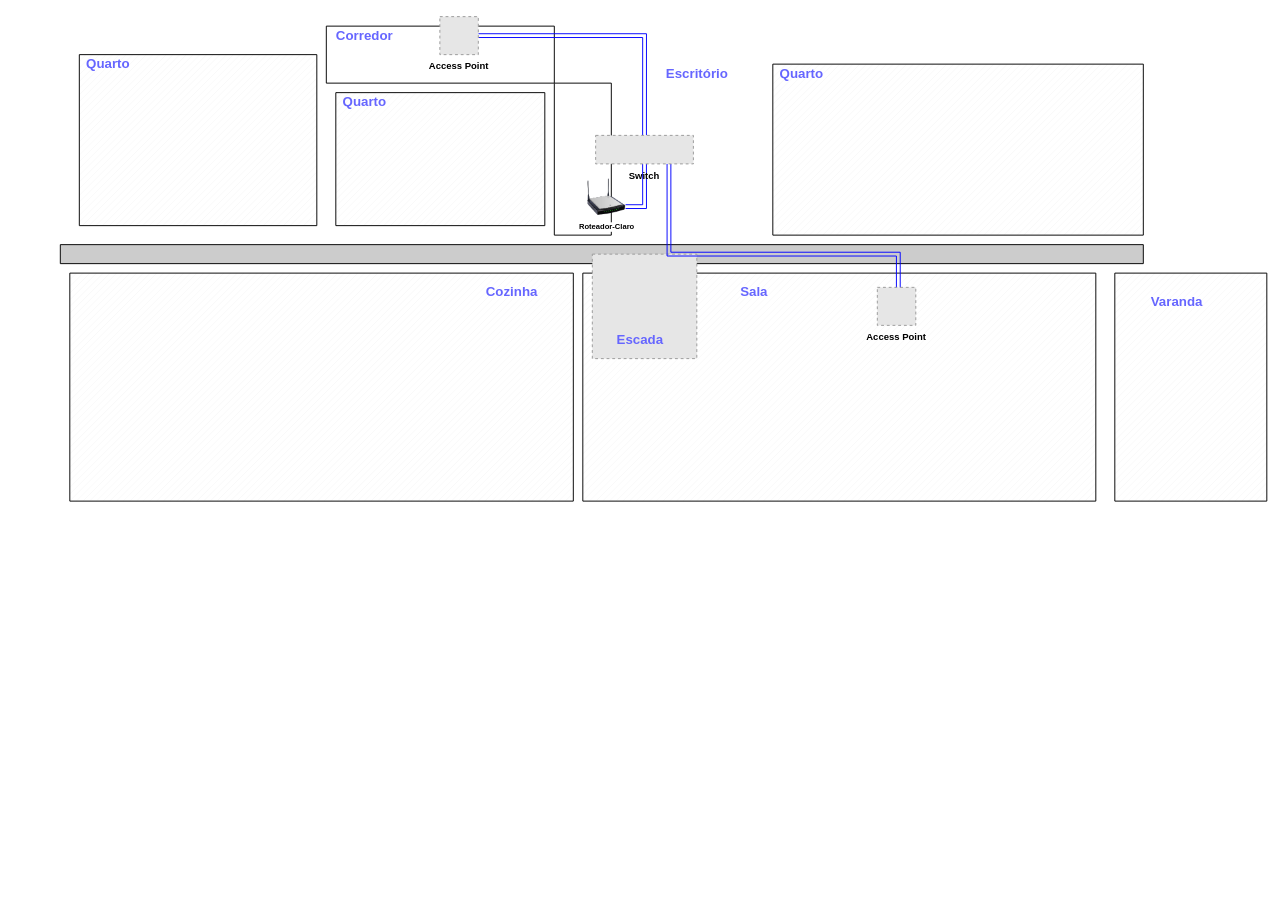
jonas-santiago/FernandoCasa keeps this draw.io diagram as Rede Casa Fernando.drawio. Above is the earlier version. Source tidied: cells renumbered, new cells numbered last; positions are measured from the earlier drawing's top-left corner, leaving out a move shared by most shapes. Both pictures are drawn from the tidied source at 95%, with x=0, y=0 at pixel (60, 16). Pictures stored in the file or linked from it are replaced by grey dashed boxes.
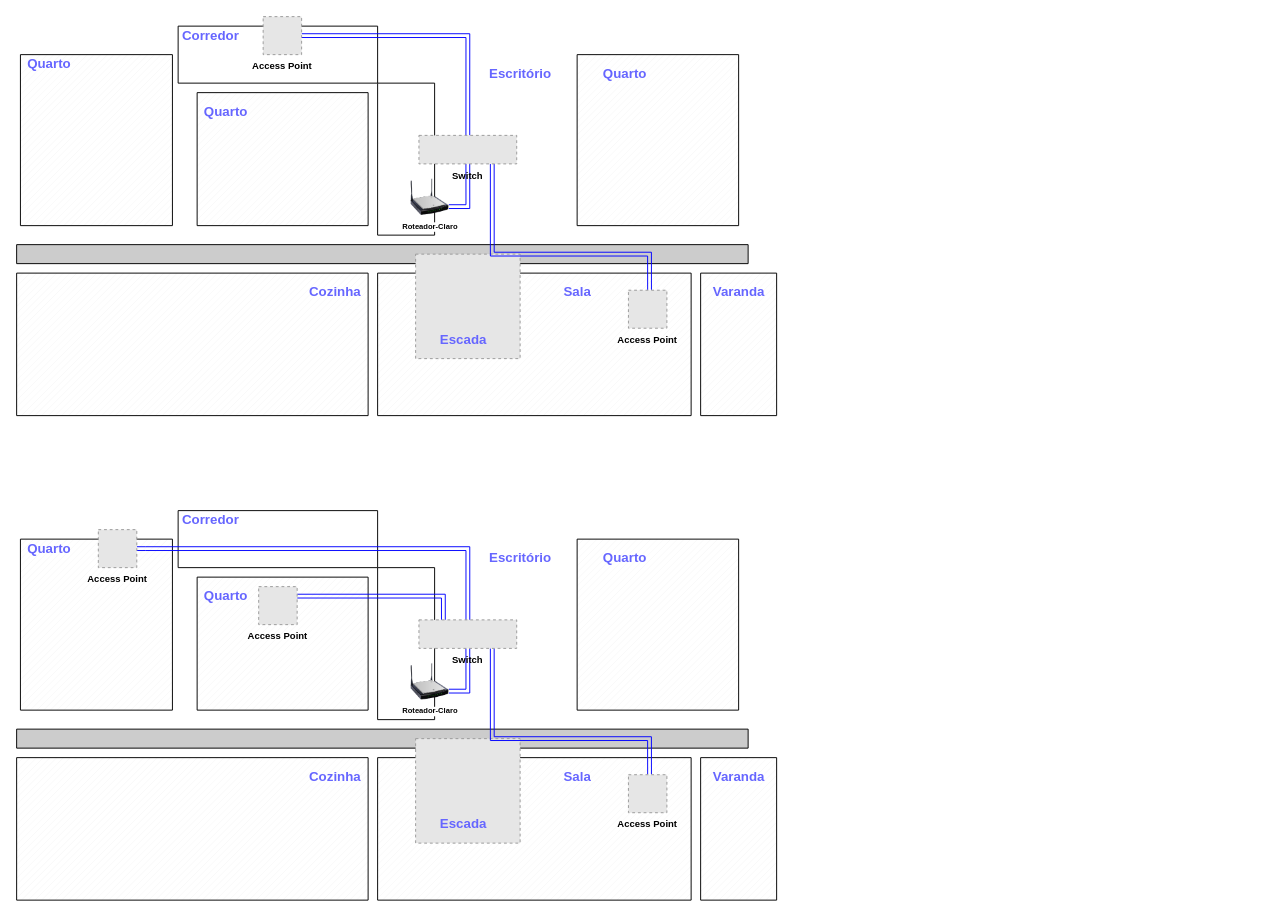
After the change.

Change to the diagram source:
```diff
@@
     <mxCell id="2" style="verticalLabelPosition=bottom;verticalAlign=top;html=1;shape=mxgraph.basic.patternFillRect;fillStyle=diag;step=5;fillStrokeWidth=0.2;fillStrokeColor=#dddddd;" parent="1" vertex="1">
-      <mxGeometry x="550" y="270" width="540" height="240" as="geometry" />
+      <mxGeometry x="334" y="270" width="330" height="150" as="geometry" />
     </mxCell>
     <mxCell id="3" style="verticalLabelPosition=bottom;verticalAlign=top;html=1;shape=mxgraph.basic.rect;fillColor2=none;strokeWidth=1;size=20;indent=5;" parent="1" vertex="1">
-      <mxGeometry x="520" y="70" width="60" height="160" as="geometry" />
+      <mxGeometry x="334" y="70" width="60" height="160" as="geometry" />
     </mxCell>
     <mxCell id="4" style="verticalLabelPosition=bottom;verticalAlign=top;html=1;shape=mxgraph.basic.rect;fillColor2=none;strokeWidth=1;size=20;indent=5;" parent="1" vertex="1">
-      <mxGeometry x="280" y="10" width="240" height="60" as="geometry" />
+      <mxGeometry x="124" y="10" width="210" height="60" as="geometry" />
     </mxCell>
     <mxCell id="5" style="verticalLabelPosition=bottom;verticalAlign=top;html=1;shape=mxgraph.basic.patternFillRect;fillStyle=diag;step=5;fillStrokeWidth=0.2;fillStrokeColor=#dddddd;" parent="1" vertex="1">
-      <mxGeometry x="290" y="80" width="220" height="140" as="geometry" />
+      <mxGeometry x="144" y="80" width="180" height="140" as="geometry" />
     </mxCell>
     <mxCell id="6" style="verticalLabelPosition=bottom;verticalAlign=top;html=1;shape=mxgraph.basic.patternFillRect;fillStyle=diag;step=5;fillStrokeWidth=0.2;fillStrokeColor=#dddddd;" parent="1" vertex="1">
-      <mxGeometry x="20" y="40" width="250" height="180" as="geometry" />
+      <mxGeometry x="-42" y="40" width="160" height="180" as="geometry" />
     </mxCell>
     <mxCell id="7" style="verticalLabelPosition=bottom;verticalAlign=top;html=1;shape=mxgraph.basic.rect;fillColor2=none;strokeWidth=1;size=20;indent=5;fillColor=#CCCCCC;" parent="1" vertex="1">
-      <mxGeometry y="240" width="1140" height="20" as="geometry" />
+      <mxGeometry x="-46" y="240" width="770" height="20" as="geometry" />
     </mxCell>
     <mxCell id="8" style="fillColor=#E6E6E6;strokeColor=#999999;dashed=1;html=1;verticalAlign=top;verticalLabelPosition=bottom;labelBackgroundColor=#ffffff;" parent="1" vertex="1">
-      <mxGeometry x="560" y="250" width="110" height="110" as="geometry" />
+      <mxGeometry x="374" y="250" width="110" height="110" as="geometry" />
     </mxCell>
     <mxCell id="9" style="verticalLabelPosition=bottom;verticalAlign=top;html=1;shape=mxgraph.basic.patternFillRect;fillStyle=diag;step=5;fillStrokeWidth=0.2;fillStrokeColor=#dddddd;" parent="1" vertex="1">
-      <mxGeometry x="750" y="50" width="390" height="180" as="geometry" />
+      <mxGeometry x="544" y="40" width="170" height="180" as="geometry" />
     </mxCell>
     <mxCell id="10" style="verticalLabelPosition=bottom;verticalAlign=top;html=1;shape=mxgraph.basic.patternFillRect;fillStyle=diag;step=5;fillStrokeWidth=0.2;fillStrokeColor=#dddddd;" parent="1" vertex="1">
-      <mxGeometry x="10" y="270" width="530" height="240" as="geometry" />
+      <mxGeometry x="-46" y="270" width="370" height="150" as="geometry" />
     </mxCell>
     <mxCell id="11" style="verticalLabelPosition=bottom;verticalAlign=top;html=1;shape=mxgraph.basic.patternFillRect;fillStyle=diag;step=5;fillStrokeWidth=0.2;fillStrokeColor=#dddddd;" parent="1" vertex="1">
-      <mxGeometry x="1110" y="270" width="160" height="240" as="geometry" />
+      <mxGeometry x="674" y="270" width="80" height="150" as="geometry" />
     </mxCell>
     <mxCell id="12" value="Escada" style="text;html=1;align=center;verticalAlign=middle;fillColor=none;strokeColor=none;rounded=0;fontColor=#6666FF;fontStyle=1;fontSize=14;" parent="1" vertex="1">
-      <mxGeometry x="575" y="330" width="70" height="20" as="geometry" />
+      <mxGeometry x="389" y="330" width="70" height="20" as="geometry" />
     </mxCell>
     <mxCell id="13" value="Sala" style="text;html=1;align=center;verticalAlign=middle;fillColor=none;strokeColor=none;rounded=0;fontColor=#6666FF;fontStyle=1;fontSize=14;" parent="1" vertex="1">
-      <mxGeometry x="710" y="280" width="40" height="20" as="geometry" />
+      <mxGeometry x="524" y="280" width="40" height="20" as="geometry" />
     </mxCell>
     <mxCell id="14" value="Varanda" style="text;html=1;align=center;verticalAlign=middle;fillColor=none;strokeColor=none;rounded=0;fontColor=#6666FF;fontStyle=1;fontSize=14;" parent="1" vertex="1">
-      <mxGeometry x="1140" y="290" width="70" height="20" as="geometry" />
+      <mxGeometry x="679" y="280" width="70" height="20" as="geometry" />
     </mxCell>
     <mxCell id="15" value="Cozinha" style="text;html=1;align=center;verticalAlign=middle;fillColor=none;strokeColor=none;rounded=0;fontColor=#6666FF;fontStyle=1;fontSize=14;" parent="1" vertex="1">
-      <mxGeometry x="440" y="280" width="70" height="20" as="geometry" />
+      <mxGeometry x="254" y="280" width="70" height="20" as="geometry" />
     </mxCell>
     <mxCell id="16" value="Escritório" style="text;html=1;align=center;verticalAlign=middle;fillColor=none;strokeColor=none;rounded=0;fontColor=#6666FF;fontStyle=1;fontSize=14;" parent="1" vertex="1">
-      <mxGeometry x="630" y="50" width="80" height="20" as="geometry" />
+      <mxGeometry x="444" y="50" width="80" height="20" as="geometry" />
     </mxCell>
     <mxCell id="17" value="Quarto " style="text;html=1;align=center;verticalAlign=middle;fillColor=none;strokeColor=none;rounded=0;fontColor=#6666FF;fontStyle=1;fontSize=14;" parent="1" vertex="1">
-      <mxGeometry x="290" y="80" width="60" height="20" as="geometry" />
+      <mxGeometry x="144" y="90" width="60" height="20" as="geometry" />
     </mxCell>
     <mxCell id="18" value="Quarto " style="text;html=1;align=center;verticalAlign=middle;fillColor=none;strokeColor=none;rounded=0;fontColor=#6666FF;fontStyle=1;fontSize=14;" parent="1" vertex="1">
-      <mxGeometry x="20" y="40" width="60" height="20" as="geometry" />
+      <mxGeometry x="-42" y="40" width="60" height="20" as="geometry" />
     </mxCell>
     <mxCell id="19" value="Corredor" style="text;html=1;align=center;verticalAlign=middle;fillColor=none;strokeColor=none;rounded=0;fontColor=#6666FF;fontStyle=1;fontSize=14;" parent="1" vertex="1">
-      <mxGeometry x="280" y="10" width="80" height="20" as="geometry" />
+      <mxGeometry x="118" y="10" width="80" height="20" as="geometry" />
     </mxCell>
     <mxCell id="20" value="Quarto" style="text;html=1;align=center;verticalAlign=middle;fillColor=none;strokeColor=none;rounded=0;fontColor=#6666FF;fontStyle=1;fontSize=14;" parent="1" vertex="1">
-      <mxGeometry x="750" y="50" width="60" height="20" as="geometry" />
+      <mxGeometry x="564" y="50" width="60" height="20" as="geometry" />
     </mxCell>
@@
     <mxCell id="22" value="Roteador-Claro" style="image;html=1;image=img/lib/clip_art/networking/Wireless_Router_N_128x128.png;fontSize=8;fontStyle=1;" parent="1" vertex="1">
-      <mxGeometry x="555" y="170" width="40" height="40" as="geometry" />
+      <mxGeometry x="369" y="170" width="40" height="40" as="geometry" />
     </mxCell>
     <mxCell id="23" style="edgeStyle=orthogonalEdgeStyle;shape=link;rounded=0;jettySize=auto;html=1;exitX=0.5;exitY=0;exitDx=0;exitDy=0;fontSize=10;labelBorderColor=#000000;labelBackgroundColor=#0000FF;strokeColor=#0000FF;" parent="1" edge="1" source="25" target="26">
       <mxGeometry relative="1" as="geometry">
         <Array as="points">
-          <mxPoint x="615" y="20" />
+          <mxPoint x="429" y="20" />
         </Array>
       </mxGeometry>
     </mxCell>
-    <mxCell id="24" style="edgeStyle=orthogonalEdgeStyle;shape=link;rounded=0;jettySize=auto;html=1;exitX=0.75;exitY=1;exitDx=0;exitDy=0;entryX=0.615;entryY=0.206;entryDx=0;entryDy=0;entryPerimeter=0;fontSize=10;fontColor=#000000;strokeColor=#0000FF;" parent="1" edge="1" source="25" target="2">
+    <mxCell id="24" style="edgeStyle=orthogonalEdgeStyle;shape=link;rounded=0;jettySize=auto;html=1;exitX=0.75;exitY=1;exitDx=0;exitDy=0;entryX=0.549;entryY=-0.01;entryDx=0;entryDy=0;entryPerimeter=0;fontSize=10;fontColor=#000000;strokeColor=#0000FF;" parent="1" edge="1" source="25" target="27">
       <mxGeometry relative="1" as="geometry">
         <Array as="points">
-          <mxPoint x="641" y="250" />
-          <mxPoint x="882" y="250" />
+          <mxPoint x="455" y="250" />
+          <mxPoint x="620" y="250" />
+          <mxPoint x="620" y="288" />
         </Array>
       </mxGeometry>
     </mxCell>
     <mxCell id="25" value="Switch" style="fillColor=#E6E6E6;strokeColor=#999999;dashed=1;verticalLabelPosition=bottom;verticalAlign=top;fontSize=10;fontStyle=1;labelPosition=center;align=center;" parent="1" vertex="1">
-      <mxGeometry x="563.5" y="125" width="102.9" height="30" as="geometry" />
+      <mxGeometry x="377.5" y="125" width="102.9" height="30" as="geometry" />
     </mxCell>
     <mxCell id="26" value="Access Point" style="fillColor=#E6E6E6;strokeColor=#999999;dashed=1;verticalLabelPosition=bottom;verticalAlign=top;fontSize=10;fontStyle=1;" parent="1" vertex="1">
-      <mxGeometry x="399.5" width="40.5" height="40" as="geometry" />
+      <mxGeometry x="213.5" width="40.5" height="40" as="geometry" />
     </mxCell>
     <mxCell id="27" value="Access Point" style="fillColor=#E6E6E6;strokeColor=#999999;dashed=1;verticalLabelPosition=bottom;verticalAlign=top;fontSize=10;fontStyle=1;" parent="1" vertex="1">
-      <mxGeometry x="860" y="285" width="40.5" height="40" as="geometry" />
+      <mxGeometry x="598" y="288" width="40.5" height="40" as="geometry" />
     </mxCell>
+    <mxCell id="28" style="verticalLabelPosition=bottom;verticalAlign=top;html=1;shape=mxgraph.basic.patternFillRect;fillStyle=diag;step=5;fillStrokeWidth=0.2;fillStrokeColor=#dddddd;" parent="1" vertex="1">
+      <mxGeometry x="334" y="780" width="330" height="150" as="geometry" />
+    </mxCell>
+    <mxCell id="29" style="verticalLabelPosition=bottom;verticalAlign=top;html=1;shape=mxgraph.basic.rect;fillColor2=none;strokeWidth=1;size=20;indent=5;" parent="1" vertex="1">
+      <mxGeometry x="334" y="580" width="60" height="160" as="geometry" />
+    </mxCell>
+    <mxCell id="30" style="verticalLabelPosition=bottom;verticalAlign=top;html=1;shape=mxgraph.basic.rect;fillColor2=none;strokeWidth=1;size=20;indent=5;" parent="1" vertex="1">
+      <mxGeometry x="124" y="520" width="210" height="60" as="geometry" />
+    </mxCell>
+    <mxCell id="31" style="verticalLabelPosition=bottom;verticalAlign=top;html=1;shape=mxgraph.basic.patternFillRect;fillStyle=diag;step=5;fillStrokeWidth=0.2;fillStrokeColor=#dddddd;" parent="1" vertex="1">
+      <mxGeometry x="144" y="590" width="180" height="140" as="geometry" />
+    </mxCell>
+    <mxCell id="32" style="verticalLabelPosition=bottom;verticalAlign=top;html=1;shape=mxgraph.basic.patternFillRect;fillStyle=diag;step=5;fillStrokeWidth=0.2;fillStrokeColor=#dddddd;" parent="1" vertex="1">
+      <mxGeometry x="-42" y="550" width="160" height="180" as="geometry" />
+    </mxCell>
+    <mxCell id="33" style="verticalLabelPosition=bottom;verticalAlign=top;html=1;shape=mxgraph.basic.rect;fillColor2=none;strokeWidth=1;size=20;indent=5;fillColor=#CCCCCC;" parent="1" vertex="1">
+      <mxGeometry x="-46" y="750" width="770" height="20" as="geometry" />
+    </mxCell>
+    <mxCell id="34" style="fillColor=#E6E6E6;strokeColor=#999999;dashed=1;html=1;verticalAlign=top;verticalLabelPosition=bottom;labelBackgroundColor=#ffffff;" parent="1" vertex="1">
+      <mxGeometry x="374" y="760" width="110" height="110" as="geometry" />
+    </mxCell>
+    <mxCell id="35" style="verticalLabelPosition=bottom;verticalAlign=top;html=1;shape=mxgraph.basic.patternFillRect;fillStyle=diag;step=5;fillStrokeWidth=0.2;fillStrokeColor=#dddddd;" parent="1" vertex="1">
+      <mxGeometry x="544" y="550" width="170" height="180" as="geometry" />
+    </mxCell>
+    <mxCell id="36" style="verticalLabelPosition=bottom;verticalAlign=top;html=1;shape=mxgraph.basic.patternFillRect;fillStyle=diag;step=5;fillStrokeWidth=0.2;fillStrokeColor=#dddddd;" parent="1" vertex="1">
+      <mxGeometry x="-46" y="780" width="370" height="150" as="geometry" />
+    </mxCell>
+    <mxCell id="37" style="verticalLabelPosition=bottom;verticalAlign=top;html=1;shape=mxgraph.basic.patternFillRect;fillStyle=diag;step=5;fillStrokeWidth=0.2;fillStrokeColor=#dddddd;" parent="1" vertex="1">
+      <mxGeometry x="674" y="780" width="80" height="150" as="geometry" />
+    </mxCell>
+    <mxCell id="38" value="Escada" style="text;html=1;align=center;verticalAlign=middle;fillColor=none;strokeColor=none;rounded=0;fontColor=#6666FF;fontStyle=1;fontSize=14;" parent="1" vertex="1">
+      <mxGeometry x="389" y="840" width="70" height="20" as="geometry" />
+    </mxCell>
+    <mxCell id="39" value="Sala" style="text;html=1;align=center;verticalAlign=middle;fillColor=none;strokeColor=none;rounded=0;fontColor=#6666FF;fontStyle=1;fontSize=14;" parent="1" vertex="1">
+      <mxGeometry x="524" y="790" width="40" height="20" as="geometry" />
+    </mxCell>
+    <mxCell id="40" value="Varanda" style="text;html=1;align=center;verticalAlign=middle;fillColor=none;strokeColor=none;rounded=0;fontColor=#6666FF;fontStyle=1;fontSize=14;" parent="1" vertex="1">
+      <mxGeometry x="679" y="790" width="70" height="20" as="geometry" />
+    </mxCell>
+    <mxCell id="41" value="Cozinha" style="text;html=1;align=center;verticalAlign=middle;fillColor=none;strokeColor=none;rounded=0;fontColor=#6666FF;fontStyle=1;fontSize=14;" parent="1" vertex="1">
+      <mxGeometry x="254" y="790" width="70" height="20" as="geometry" />
+    </mxCell>
+    <mxCell id="42" value="Escritório" style="text;html=1;align=center;verticalAlign=middle;fillColor=none;strokeColor=none;rounded=0;fontColor=#6666FF;fontStyle=1;fontSize=14;" parent="1" vertex="1">
+      <mxGeometry x="444" y="560" width="80" height="20" as="geometry" />
+    </mxCell>
+    <mxCell id="43" value="Quarto " style="text;html=1;align=center;verticalAlign=middle;fillColor=none;strokeColor=none;rounded=0;fontColor=#6666FF;fontStyle=1;fontSize=14;" parent="1" vertex="1">
+      <mxGeometry x="144" y="600" width="60" height="20" as="geometry" />
+    </mxCell>
+    <mxCell id="44" value="Quarto " style="text;html=1;align=center;verticalAlign=middle;fillColor=none;strokeColor=none;rounded=0;fontColor=#6666FF;fontStyle=1;fontSize=14;" parent="1" vertex="1">
+      <mxGeometry x="-42" y="550" width="60" height="20" as="geometry" />
+    </mxCell>
+    <mxCell id="45" value="Corredor" style="text;html=1;align=center;verticalAlign=middle;fillColor=none;strokeColor=none;rounded=0;fontColor=#6666FF;fontStyle=1;fontSize=14;" parent="1" vertex="1">
+      <mxGeometry x="118" y="520" width="80" height="20" as="geometry" />
+    </mxCell>
+    <mxCell id="46" value="Quarto" style="text;html=1;align=center;verticalAlign=middle;fillColor=none;strokeColor=none;rounded=0;fontColor=#6666FF;fontStyle=1;fontSize=14;" parent="1" vertex="1">
+      <mxGeometry x="564" y="560" width="60" height="20" as="geometry" />
+    </mxCell>
+    <mxCell id="47" style="edgeStyle=orthogonalEdgeStyle;shape=link;rounded=0;jettySize=auto;html=1;exitX=1;exitY=0.75;exitDx=0;exitDy=0;entryX=0.5;entryY=1;entryDx=0;entryDy=0;fontSize=10;fontColor=#000000;strokeColor=#0000FF;" parent="1" edge="1" source="48" target="52">
+      <mxGeometry relative="1" as="geometry" />
+    </mxCell>
+    <mxCell id="48" value="Roteador-Claro" style="image;html=1;image=img/lib/clip_art/networking/Wireless_Router_N_128x128.png;fontSize=8;fontStyle=1;" parent="1" vertex="1">
+      <mxGeometry x="369" y="680" width="40" height="40" as="geometry" />
+    </mxCell>
+    <mxCell id="49" style="edgeStyle=orthogonalEdgeStyle;shape=link;rounded=0;jettySize=auto;html=1;exitX=0.25;exitY=0;exitDx=0;exitDy=0;fontSize=10;labelBorderColor=#000000;labelBackgroundColor=#0000FF;strokeColor=#0000FF;" parent="1" edge="1" source="52" target="53">
+      <mxGeometry relative="1" as="geometry">
+        <Array as="points">
+          <mxPoint x="403" y="610" />
+        </Array>
+      </mxGeometry>
+    </mxCell>
+    <mxCell id="50" style="edgeStyle=orthogonalEdgeStyle;shape=link;rounded=0;jettySize=auto;html=1;exitX=0.75;exitY=1;exitDx=0;exitDy=0;entryX=0.549;entryY=-0.01;entryDx=0;entryDy=0;entryPerimeter=0;fontSize=10;fontColor=#000000;strokeColor=#0000FF;" parent="1" edge="1" source="52" target="54">
+      <mxGeometry relative="1" as="geometry">
+        <Array as="points">
+          <mxPoint x="455" y="760" />
+          <mxPoint x="620" y="760" />
+          <mxPoint x="620" y="798" />
+        </Array>
+      </mxGeometry>
+    </mxCell>
+    <mxCell id="51" style="edgeStyle=orthogonalEdgeStyle;shape=link;rounded=0;jettySize=auto;html=1;entryX=1;entryY=0.5;entryDx=0;entryDy=0;labelBackgroundColor=#0000FF;fontSize=10;fontColor=#000000;strokeColor=#0000FF;" parent="1" edge="1" source="52" target="55">
+      <mxGeometry relative="1" as="geometry">
+        <Array as="points">
+          <mxPoint x="429" y="560" />
+          <mxPoint x="90" y="560" />
+        </Array>
+      </mxGeometry>
+    </mxCell>
+    <mxCell id="52" value="Switch" style="fillColor=#E6E6E6;strokeColor=#999999;dashed=1;verticalLabelPosition=bottom;verticalAlign=top;fontSize=10;fontStyle=1;labelPosition=center;align=center;" parent="1" vertex="1">
+      <mxGeometry x="377.5" y="635" width="102.9" height="30" as="geometry" />
+    </mxCell>
+    <mxCell id="53" value="Access Point" style="fillColor=#E6E6E6;strokeColor=#999999;dashed=1;verticalLabelPosition=bottom;verticalAlign=top;fontSize=10;fontStyle=1;" parent="1" vertex="1">
+      <mxGeometry x="208.8" y="600" width="40.5" height="40" as="geometry" />
+    </mxCell>
+    <mxCell id="54" value="Access Point" style="fillColor=#E6E6E6;strokeColor=#999999;dashed=1;verticalLabelPosition=bottom;verticalAlign=top;fontSize=10;fontStyle=1;" parent="1" vertex="1">
+      <mxGeometry x="598" y="798" width="40.5" height="40" as="geometry" />
+    </mxCell>
+    <mxCell id="55" value="Access Point" style="fillColor=#E6E6E6;strokeColor=#999999;dashed=1;verticalLabelPosition=bottom;verticalAlign=top;fontSize=10;fontStyle=1;" parent="1" vertex="1">
+      <mxGeometry x="40" y="540" width="40.5" height="40" as="geometry" />
+    </mxCell>
```
